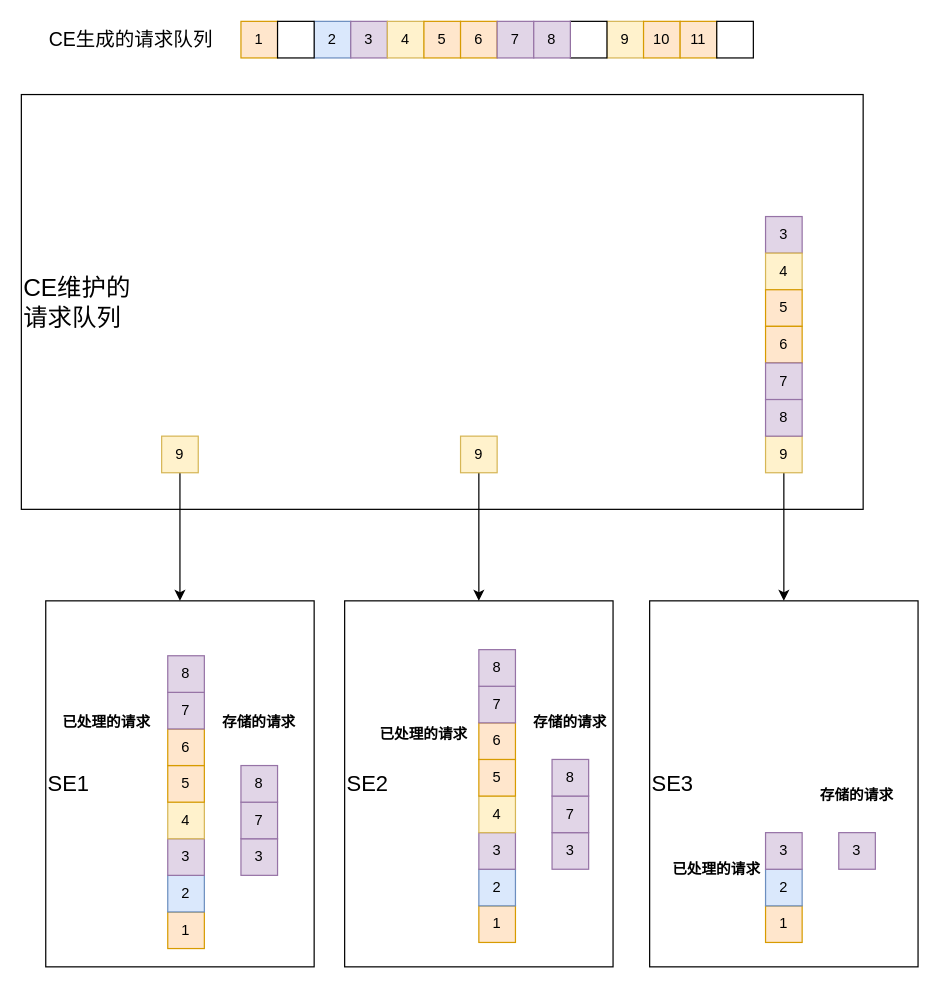
This is NCNDB/quorum.drawio from huangyachao/drawio, a draw.io file, before an edit. Source tidied: cells renumbered, new cells numbered last; positions are measured from the earlier drawing's top-left corner, leaving out a move shared by most shapes. Both pictures are drawn from the tidied source at 122%, with x=0, y=0 at pixel (21, 21).
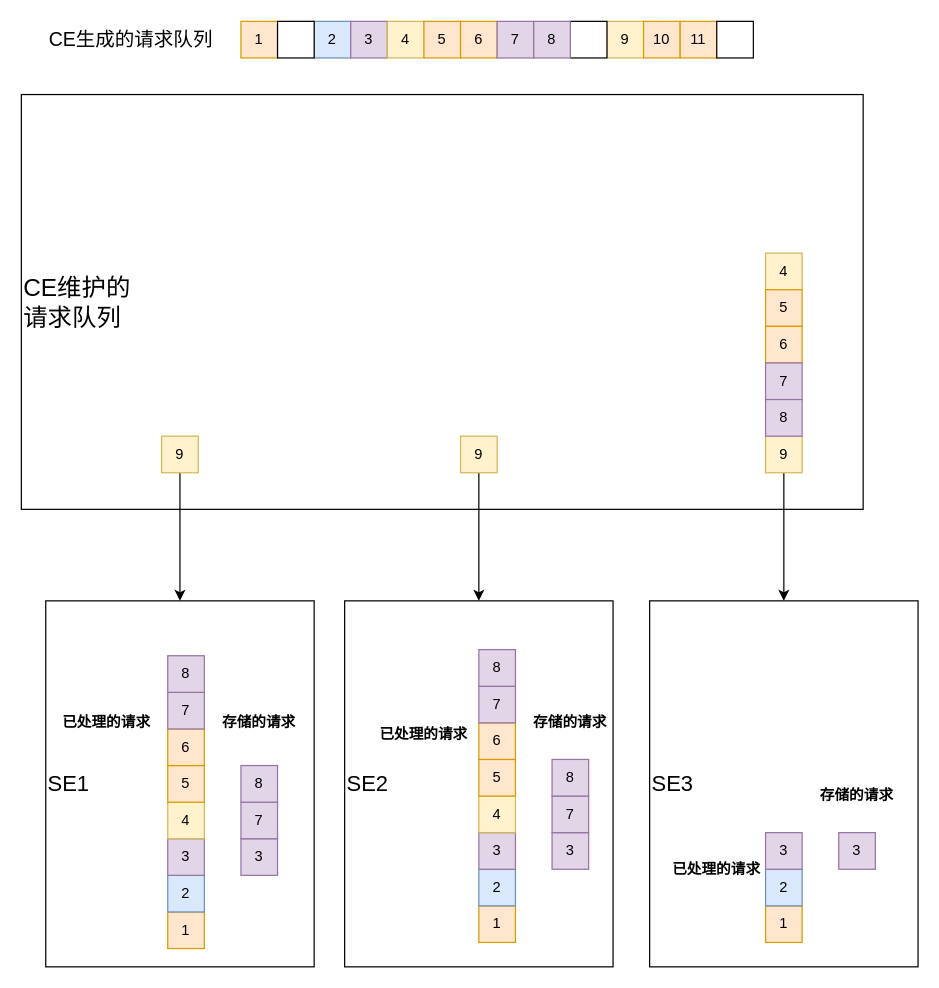
Above is the later version.

The edit, as a diff of the source:
```diff
@@
-    <mxCell id="55" value="3" style="rounded=0;whiteSpace=wrap;html=1;fillColor=#e1d5e7;strokeColor=#9673a6;" parent="42" vertex="1">
-      <mxGeometry x="610" y="160" width="30" height="30" as="geometry" />
-    </mxCell>
```
